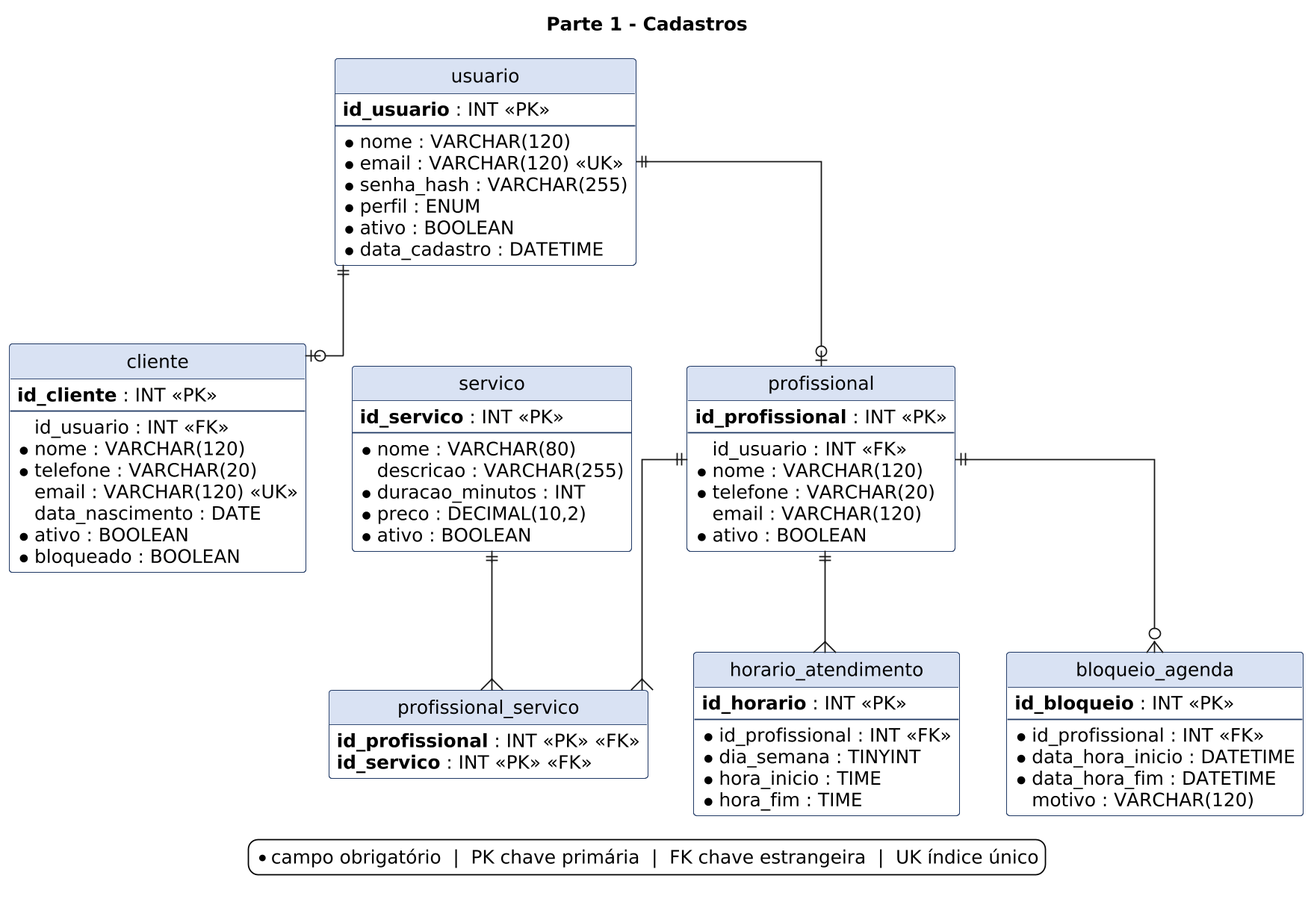
This is banco-de-dados/logico1.png from Gdzinn1200/Sabine_Atividade, a PlantUML export, as it was before one commit. The source it was exported from:
```plantuml
@startuml
skinparamlocked dpi 170
skinparam backgroundColor transparent
skinparam shadowing false
skinparam defaultFontName Helvetica
skinparam defaultFontSize 14
skinparam linetype ortho
skinparam class {
  BackgroundColor #FFFFFF
  BorderColor #1F3864
  HeaderBackgroundColor #D9E2F3
}
hide circle
hide methods
title Parte 1 - Cadastros

entity "usuario" as usuario {
  <b>id_usuario</b> : INT <<PK>>
  --
  * nome : VARCHAR(120)
  * email : VARCHAR(120) <<UK>>
  * senha_hash : VARCHAR(255)
  * perfil : ENUM
  * ativo : BOOLEAN
  * data_cadastro : DATETIME
}
entity "cliente" as cliente {
  <b>id_cliente</b> : INT <<PK>>
  --
  id_usuario : INT <<FK>>
  * nome : VARCHAR(120)
  * telefone : VARCHAR(20)
  email : VARCHAR(120) <<UK>>
  data_nascimento : DATE
  * ativo : BOOLEAN
  * bloqueado : BOOLEAN
}
entity "profissional" as profissional {
  <b>id_profissional</b> : INT <<PK>>
  --
  id_usuario : INT <<FK>>
  * nome : VARCHAR(120)
  * telefone : VARCHAR(20)
  email : VARCHAR(120)
  * ativo : BOOLEAN
}
entity "servico" as servico {
  <b>id_servico</b> : INT <<PK>>
  --
  * nome : VARCHAR(80)
  descricao : VARCHAR(255)
  * duracao_minutos : INT
  * preco : DECIMAL(10,2)
  * ativo : BOOLEAN
}
entity "profissional_servico" as ps {
  <b>id_profissional</b> : INT <<PK>> <<FK>>
  <b>id_servico</b> : INT <<PK>> <<FK>>
}
entity "horario_atendimento" as horario {
  <b>id_horario</b> : INT <<PK>>
  --
  * id_profissional : INT <<FK>>
  * dia_semana : TINYINT
  * hora_inicio : TIME
  * hora_fim : TIME
}
entity "bloqueio_agenda" as bloqueio {
  <b>id_bloqueio</b> : INT <<PK>>
  --
  * id_profissional : INT <<FK>>
  * data_hora_inicio : DATETIME
  * data_hora_fim : DATETIME
  motivo : VARCHAR(120)
}

usuario ||--o| cliente
usuario ||--o| profissional
profissional ||--{ ps
servico ||--{ ps
profissional ||--{ horario
profissional ||--o{ bloqueio

legend bottom
  * campo obrigatório  |  PK chave primária  |  FK chave estrangeira  |  UK índice único
endlegend
@enduml
```
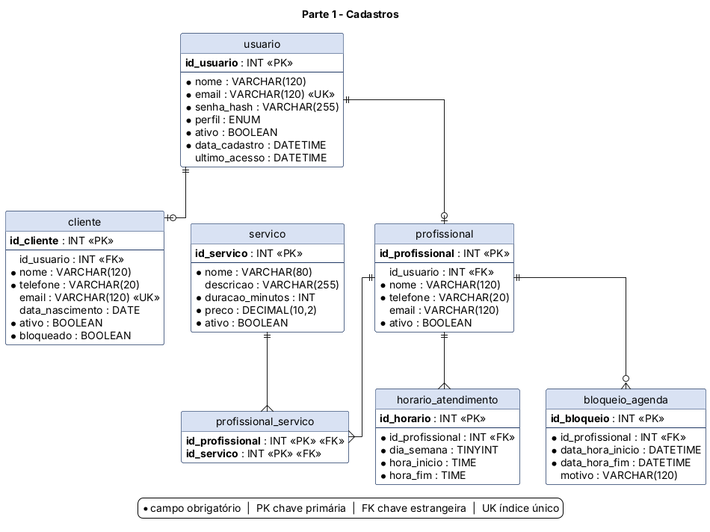
Above is the later version.

Commit message:
docs: incluir recuperacao_senha e as colunas novas no modelo logico

Change to the diagram source:
```diff
@@ -1,5 +1,4 @@
 @startuml
-skinparamlocked dpi 170
 skinparam backgroundColor transparent
 skinparam shadowing false
 skinparam defaultFontName Helvetica
@@ -23,6 +22,7 @@
   * perfil : ENUM
   * ativo : BOOLEAN
   * data_cadastro : DATETIME
+  ultimo_acesso : DATETIME
 }
 entity "cliente" as cliente {
   <b>id_cliente</b> : INT <<PK>>
```
